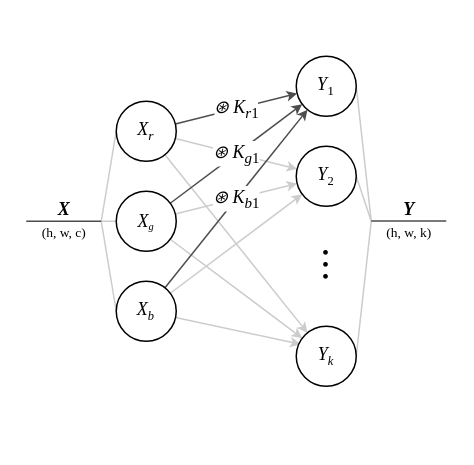
This is page "convolution" (6 of 9) of img/layers.drawio from dragoon8192/LaundryTag, a draw.io file, before an edit. Source tidied: cells renumbered, new cells numbered last; positions are measured from the earlier drawing's top-left corner, leaving out a move shared by most shapes. Both pictures are drawn from the tidied source at 150%, with x=0, y=0 at pixel (26, 56).
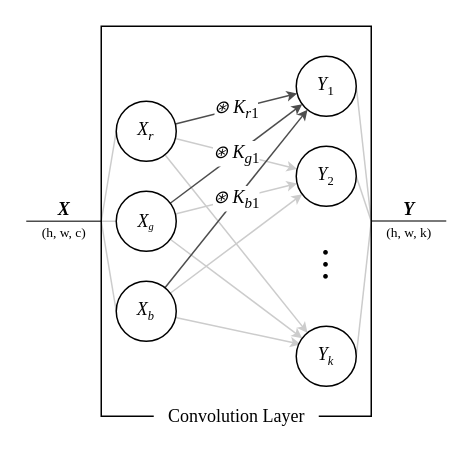
Above is the later version.

Commit message:
layers.drawio を更新します

Diff of the diagram source:
```diff
@@
+    <mxCell id="28" style="rounded=0;whiteSpace=wrap;html=1;labelBackgroundColor=none;fillStyle=hatch;strokeColor=#000000;strokeWidth=1;fontFamily=Times New Roman;fontSize=12;fontColor=#FFFFFF;fillColor=none;gradientColor=none;" parent="1" vertex="1">
+      <mxGeometry x="50" y="-20" width="180" height="260" as="geometry" />
+    </mxCell>
+    <mxCell id="29" value="Convolution Layer" style="text;html=1;align=center;verticalAlign=middle;strokeColor=none;fillColor=default;fontSize=12;fontFamily=Times New Roman;fontColor=#000000;" parent="1" vertex="1">
+      <mxGeometry x="85" y="225" width="110" height="30" as="geometry" />
+    </mxCell>
```
